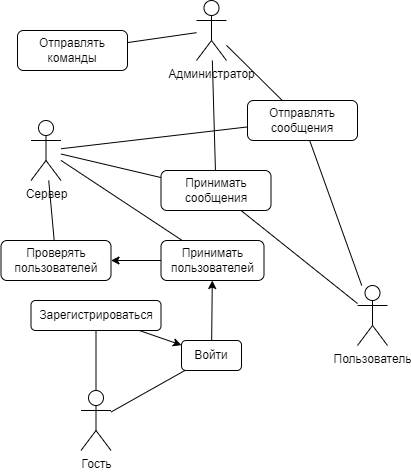
Vladg24YT/Egg-Chat keeps this draw.io diagram as Diagrams/UseCase/UseCase.png. Above is the earlier version. Source tidied: cells renumbered, new cells last; positions are measured from the earlier drawing's top-left corner, leaving out a move shared by most shapes. Its diagram source:
```xml
<mxGraphModel>
  <root>
    <mxCell id="0" />
    <mxCell id="1" parent="0" />
    <mxCell id="2" value="Сервер" style="shape=umlActor;verticalLabelPosition=bottom;verticalAlign=top;html=1;outlineConnect=0;" parent="1" vertex="1">
      <mxGeometry x="29.5" y="120" width="30" height="60" as="geometry" />
    </mxCell>
    <mxCell id="3" style="edgeStyle=none;rounded=0;jettySize=auto;html=1;" parent="1" edge="1" source="4" target="11">
      <mxGeometry relative="1" as="geometry" />
    </mxCell>
    <mxCell id="4" value="Принимать пользователей" style="rounded=1;whiteSpace=wrap;html=1;" parent="1" vertex="1">
      <mxGeometry x="159.5" y="240" width="103" height="40" as="geometry" />
    </mxCell>
    <mxCell id="5" style="endArrow=none;html=1;rounded=0;" parent="1" edge="1" source="2" target="4">
      <mxGeometry relative="1" as="geometry" />
    </mxCell>
    <mxCell id="6" value="Гость" style="shape=umlActor;verticalLabelPosition=bottom;verticalAlign=top;html=1;outlineConnect=0;" parent="1" vertex="1">
      <mxGeometry x="79.5" y="390" width="30" height="60" as="geometry" />
    </mxCell>
    <mxCell id="7" style="rounded=0;jettySize=auto;html=1;" parent="1" edge="1" source="8" target="4">
      <mxGeometry relative="1" as="geometry" />
    </mxCell>
    <mxCell id="8" value="Войти" style="rounded=1;whiteSpace=wrap;html=1;" parent="1" vertex="1">
      <mxGeometry x="180" y="340" width="60" height="30" as="geometry" />
    </mxCell>
    <mxCell id="9" value="Пользователь" style="shape=umlActor;verticalLabelPosition=bottom;verticalAlign=top;html=1;outlineConnect=0;" parent="1" vertex="1">
      <mxGeometry x="356" y="285" width="30" height="60" as="geometry" />
    </mxCell>
    <mxCell id="10" value="Администратор" style="shape=umlActor;verticalLabelPosition=bottom;verticalAlign=top;html=1;outlineConnect=0;" parent="1" vertex="1">
      <mxGeometry x="195" width="30" height="60" as="geometry" />
    </mxCell>
    <mxCell id="11" value="Проверять пользователей" style="rounded=1;whiteSpace=wrap;html=1;" parent="1" vertex="1">
      <mxGeometry x="-0.5" y="240" width="110" height="40" as="geometry" />
    </mxCell>
    <mxCell id="12" style="endArrow=none;html=1;rounded=0;" parent="1" edge="1" source="2" target="11">
      <mxGeometry relative="1" as="geometry" />
    </mxCell>
    <mxCell id="13" style="endArrow=none;html=1;rounded=0;" parent="1" edge="1" source="6" target="8">
      <mxGeometry relative="1" as="geometry" />
    </mxCell>
    <mxCell id="14" value="Принимать сообщения" style="rounded=1;whiteSpace=wrap;html=1;" parent="1" vertex="1">
      <mxGeometry x="159.5" y="170" width="110" height="40" as="geometry" />
    </mxCell>
    <mxCell id="15" value="Отправлять сообщения" style="rounded=1;whiteSpace=wrap;html=1;" parent="1" vertex="1">
      <mxGeometry x="246" y="100" width="110" height="40" as="geometry" />
    </mxCell>
    <mxCell id="16" style="endArrow=none;html=1;rounded=0;" parent="1" edge="1" source="2" target="14">
      <mxGeometry relative="1" as="geometry" />
    </mxCell>
    <mxCell id="17" style="edgeStyle=none;rounded=0;jettySize=auto;html=1;" parent="1" edge="1" source="18" target="8">
      <mxGeometry relative="1" as="geometry" />
    </mxCell>
    <mxCell id="18" value="Зарегистрироваться" style="rounded=1;whiteSpace=wrap;html=1;" parent="1" vertex="1">
      <mxGeometry x="29.5" y="300" width="130" height="30" as="geometry" />
    </mxCell>
    <mxCell id="19" style="endArrow=none;html=1;rounded=0;" parent="1" edge="1" source="6" target="18">
      <mxGeometry relative="1" as="geometry" />
    </mxCell>
    <mxCell id="20" style="endArrow=none;html=1;rounded=0;" parent="1" edge="1" source="14" target="9">
      <mxGeometry relative="1" as="geometry" />
    </mxCell>
    <mxCell id="21" style="endArrow=none;html=1;rounded=0;" parent="1" edge="1" source="10" target="15">
      <mxGeometry relative="1" as="geometry" />
    </mxCell>
    <mxCell id="22" style="endArrow=none;html=1;rounded=0;" parent="1" edge="1" source="10" target="14">
      <mxGeometry relative="1" as="geometry" />
    </mxCell>
    <mxCell id="23" value="Отправлять команды" style="rounded=1;whiteSpace=wrap;html=1;" parent="1" vertex="1">
      <mxGeometry x="16" y="30" width="110" height="40" as="geometry" />
    </mxCell>
    <mxCell id="24" style="endArrow=none;html=1;rounded=0;" parent="1" edge="1" source="9" target="15">
      <mxGeometry relative="1" as="geometry" />
    </mxCell>
    <mxCell id="25" style="endArrow=none;html=1;rounded=0;" parent="1" edge="1" source="23" target="10">
      <mxGeometry relative="1" as="geometry" />
    </mxCell>
    <mxCell id="26" style="endArrow=none;html=1;rounded=0;" parent="1" edge="1" source="2" target="15">
      <mxGeometry relative="1" as="geometry" />
    </mxCell>
  </root>
</mxGraphModel>
```
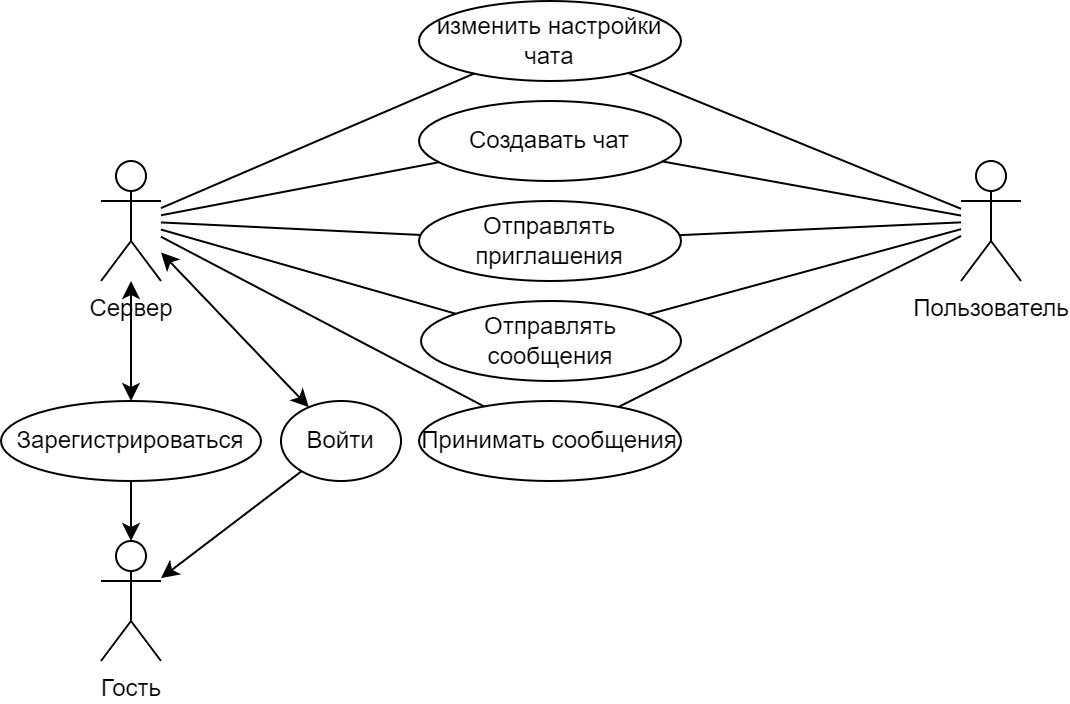
The same file after the commit.

Commit message:
Обновление Use case

What changed in the source:
```diff
@@ -3,79 +3,76 @@
     <mxCell id="0" />
     <mxCell id="1" parent="0" />
     <mxCell id="2" value="Сервер" style="shape=umlActor;verticalLabelPosition=bottom;verticalAlign=top;html=1;outlineConnect=0;" parent="1" vertex="1">
-      <mxGeometry x="29.5" y="120" width="30" height="60" as="geometry" />
+      <mxGeometry x="26" y="130" width="30" height="60" as="geometry" />
     </mxCell>
-    <mxCell id="3" style="edgeStyle=none;rounded=0;jettySize=auto;html=1;" parent="1" edge="1" source="4" target="11">
-      <mxGeometry relative="1" as="geometry" />
-    </mxCell>
-    <mxCell id="4" value="Принимать пользователей" style="rounded=1;whiteSpace=wrap;html=1;" parent="1" vertex="1">
-      <mxGeometry x="159.5" y="240" width="103" height="40" as="geometry" />
-    </mxCell>
-    <mxCell id="5" style="endArrow=none;html=1;rounded=0;" parent="1" edge="1" source="2" target="4">
+    <mxCell id="5" style="endArrow=classic;html=1;rounded=1;startArrow=classic;" parent="1" edge="1" source="2" target="8">
       <mxGeometry relative="1" as="geometry" />
     </mxCell>
     <mxCell id="6" value="Гость" style="shape=umlActor;verticalLabelPosition=bottom;verticalAlign=top;html=1;outlineConnect=0;" parent="1" vertex="1">
-      <mxGeometry x="79.5" y="390" width="30" height="60" as="geometry" />
+      <mxGeometry x="26" y="320" width="30" height="60" as="geometry" />
     </mxCell>
-    <mxCell id="7" style="rounded=0;jettySize=auto;html=1;" parent="1" edge="1" source="8" target="4">
-      <mxGeometry relative="1" as="geometry" />
-    </mxCell>
-    <mxCell id="8" value="Войти" style="rounded=1;whiteSpace=wrap;html=1;" parent="1" vertex="1">
-      <mxGeometry x="180" y="340" width="60" height="30" as="geometry" />
+    <mxCell id="8" value="Войти" style="rounded=1;whiteSpace=wrap;html=1;shape=ellipse;perimeter=ellipsePerimeter;" parent="1" vertex="1">
+      <mxGeometry x="116" y="250" width="60" height="40" as="geometry" />
     </mxCell>
     <mxCell id="9" value="Пользователь" style="shape=umlActor;verticalLabelPosition=bottom;verticalAlign=top;html=1;outlineConnect=0;" parent="1" vertex="1">
-      <mxGeometry x="356" y="285" width="30" height="60" as="geometry" />
+      <mxGeometry x="456" y="130" width="30" height="60" as="geometry" />
     </mxCell>
-    <mxCell id="10" value="Администратор" style="shape=umlActor;verticalLabelPosition=bottom;verticalAlign=top;html=1;outlineConnect=0;" parent="1" vertex="1">
-      <mxGeometry x="195" width="30" height="60" as="geometry" />
-    </mxCell>
-    <mxCell id="11" value="Проверять пользователей" style="rounded=1;whiteSpace=wrap;html=1;" parent="1" vertex="1">
-      <mxGeometry x="-0.5" y="240" width="110" height="40" as="geometry" />
-    </mxCell>
-    <mxCell id="12" style="endArrow=none;html=1;rounded=0;" parent="1" edge="1" source="2" target="11">
+    <mxCell id="12" style="endArrow=classic;html=1;rounded=1;startArrow=classic;" parent="1" edge="1" source="2" target="18">
       <mxGeometry relative="1" as="geometry" />
     </mxCell>
-    <mxCell id="13" style="endArrow=none;html=1;rounded=0;" parent="1" edge="1" source="6" target="8">
+    <mxCell id="13" style="endArrow=none;html=1;rounded=1;startArrow=classic;" parent="1" edge="1" source="6" target="8">
       <mxGeometry relative="1" as="geometry" />
     </mxCell>
-    <mxCell id="14" value="Принимать сообщения" style="rounded=1;whiteSpace=wrap;html=1;" parent="1" vertex="1">
-      <mxGeometry x="159.5" y="170" width="110" height="40" as="geometry" />
+    <mxCell id="14" value="Принимать сообщения" style="rounded=1;whiteSpace=wrap;html=1;shape=ellipse;perimeter=ellipsePerimeter;" parent="1" vertex="1">
+      <mxGeometry x="185" y="250" width="131" height="40" as="geometry" />
     </mxCell>
-    <mxCell id="15" value="Отправлять сообщения" style="rounded=1;whiteSpace=wrap;html=1;" parent="1" vertex="1">
-      <mxGeometry x="246" y="100" width="110" height="40" as="geometry" />
+    <mxCell id="15" value="Отправлять сообщения" style="rounded=1;whiteSpace=wrap;html=1;shape=ellipse;perimeter=ellipsePerimeter;" parent="1" vertex="1">
+      <mxGeometry x="186" y="200" width="130" height="40" as="geometry" />
     </mxCell>
     <mxCell id="16" style="endArrow=none;html=1;rounded=0;" parent="1" edge="1" source="2" target="14">
       <mxGeometry relative="1" as="geometry" />
     </mxCell>
-    <mxCell id="17" style="edgeStyle=none;rounded=0;jettySize=auto;html=1;" parent="1" edge="1" source="18" target="8">
-      <mxGeometry relative="1" as="geometry" />
-    </mxCell>
-    <mxCell id="18" value="Зарегистрироваться" style="rounded=1;whiteSpace=wrap;html=1;" parent="1" vertex="1">
-      <mxGeometry x="29.5" y="300" width="130" height="30" as="geometry" />
+    <mxCell id="18" value="Зарегистрироваться" style="rounded=1;whiteSpace=wrap;html=1;shape=ellipse;perimeter=ellipsePerimeter;" parent="1" vertex="1">
+      <mxGeometry x="-24" y="250" width="130" height="40" as="geometry" />
     </mxCell>
-    <mxCell id="19" style="endArrow=none;html=1;rounded=0;" parent="1" edge="1" source="6" target="18">
+    <mxCell id="19" style="endArrow=none;html=1;rounded=1;startArrow=classic;" parent="1" edge="1" source="6" target="18">
       <mxGeometry relative="1" as="geometry" />
     </mxCell>
     <mxCell id="20" style="endArrow=none;html=1;rounded=0;" parent="1" edge="1" source="14" target="9">
       <mxGeometry relative="1" as="geometry" />
     </mxCell>
-    <mxCell id="21" style="endArrow=none;html=1;rounded=0;" parent="1" edge="1" source="10" target="15">
-      <mxGeometry relative="1" as="geometry" />
-    </mxCell>
-    <mxCell id="22" style="endArrow=none;html=1;rounded=0;" parent="1" edge="1" source="10" target="14">
-      <mxGeometry relative="1" as="geometry" />
-    </mxCell>
-    <mxCell id="23" value="Отправлять команды" style="rounded=1;whiteSpace=wrap;html=1;" parent="1" vertex="1">
-      <mxGeometry x="16" y="30" width="110" height="40" as="geometry" />
+    <mxCell id="23" value="Отправлять приглашения" style="rounded=1;whiteSpace=wrap;html=1;shape=ellipse;perimeter=ellipsePerimeter;" parent="1" vertex="1">
+      <mxGeometry x="185" y="150" width="131" height="40" as="geometry" />
     </mxCell>
     <mxCell id="24" style="endArrow=none;html=1;rounded=0;" parent="1" edge="1" source="9" target="15">
       <mxGeometry relative="1" as="geometry" />
     </mxCell>
-    <mxCell id="25" style="endArrow=none;html=1;rounded=0;" parent="1" edge="1" source="23" target="10">
+    <mxCell id="25" style="endArrow=none;html=1;rounded=0;" parent="1" edge="1" source="23" target="9">
       <mxGeometry relative="1" as="geometry" />
     </mxCell>
     <mxCell id="26" style="endArrow=none;html=1;rounded=0;" parent="1" edge="1" source="2" target="15">
       <mxGeometry relative="1" as="geometry" />
     </mxCell>
+    <mxCell id="27" value="Создавать чат" style="ellipse;whiteSpace=wrap;html=1;" parent="1" vertex="1">
+      <mxGeometry x="185" y="100" width="131" height="40" as="geometry" />
+    </mxCell>
+    <mxCell id="28" value="изменить настройки чата" style="ellipse;whiteSpace=wrap;html=1;" parent="1" vertex="1">
+      <mxGeometry x="185" y="50" width="131" height="40" as="geometry" />
+    </mxCell>
+    <mxCell id="29" style="endArrow=none;html=1;rounded=0;" parent="1" edge="1" source="9" target="28">
+      <mxGeometry relative="1" as="geometry" />
+    </mxCell>
+    <mxCell id="30" style="endArrow=none;html=1;rounded=0;" parent="1" edge="1" source="9" target="27">
+      <mxGeometry relative="1" as="geometry" />
+    </mxCell>
+    <mxCell id="31" style="endArrow=none;html=1;rounded=0;" parent="1" edge="1" source="2" target="28">
+      <mxGeometry relative="1" as="geometry" />
+    </mxCell>
+    <mxCell id="32" style="endArrow=none;html=1;rounded=0;" parent="1" edge="1" source="2" target="27">
+      <mxGeometry relative="1" as="geometry" />
+    </mxCell>
+    <mxCell id="33" style="endArrow=none;html=1;rounded=0;" parent="1" edge="1" source="2" target="23">
+      <mxGeometry relative="1" as="geometry" />
+    </mxCell>
   </root>
 </mxGraphModel>
```
